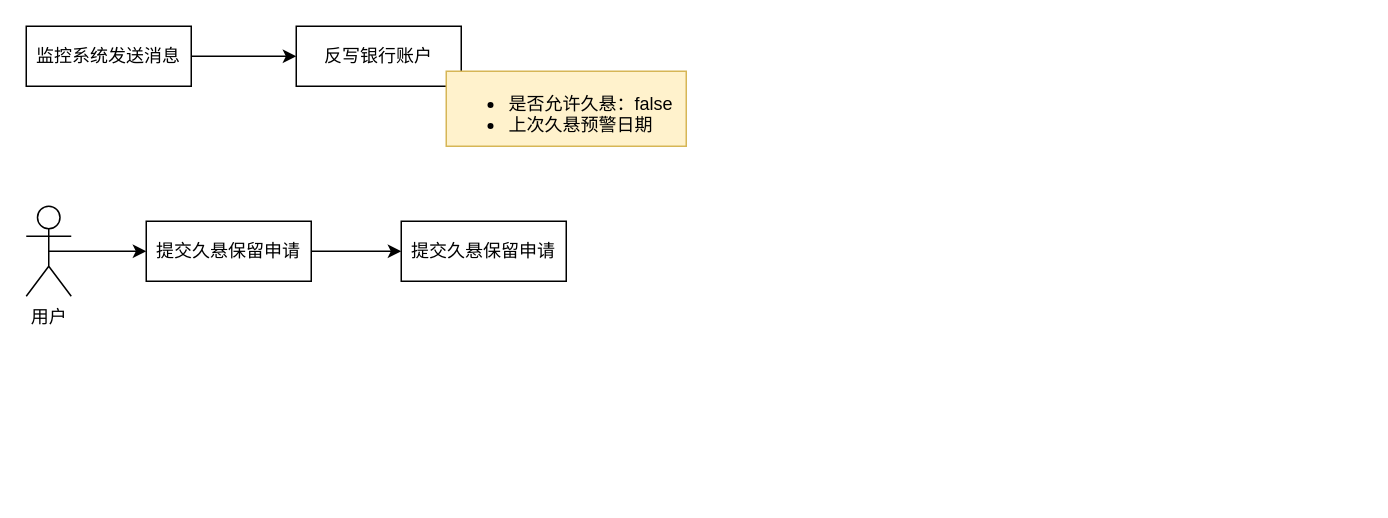
Before: dormant-global.drawio in Alphathur/diagram, a draw.io diagram. Source tidied: cells renumbered, new cells numbered last; positions are measured from the earlier drawing's top-left corner, leaving out a move shared by most shapes. Both pictures are drawn from the tidied source at 150%, with x=0, y=0 at pixel (26, 26).
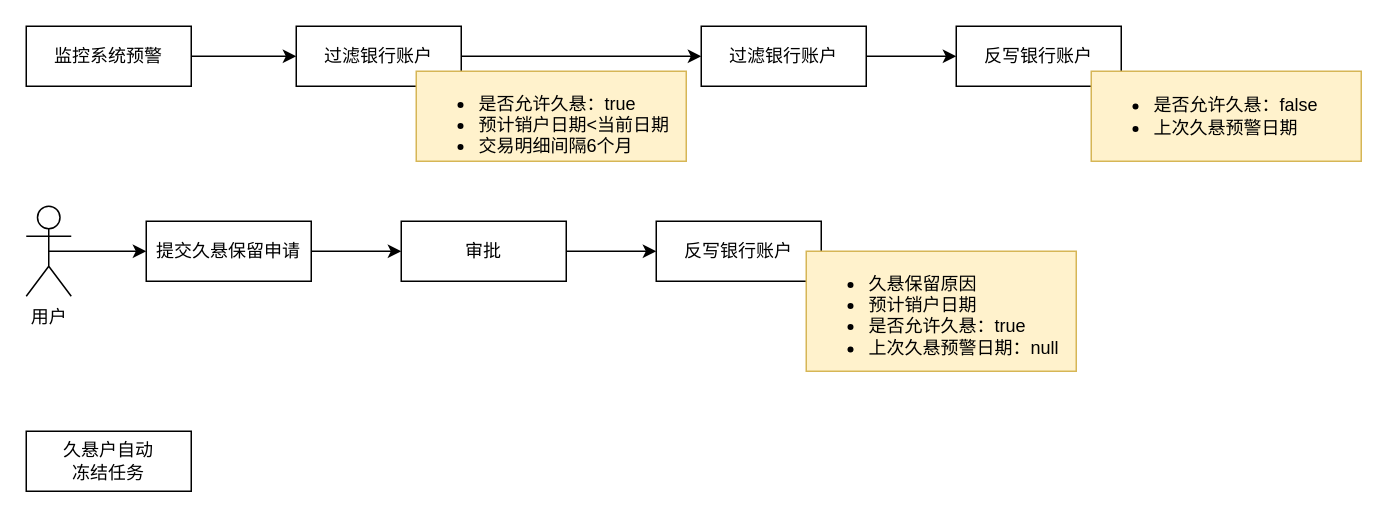
After the change.

The edit, as a diff of the source:
```diff
@@
 <mxGraphModel>
   <root>
     <mxCell id="0" />
     <mxCell id="1" parent="0" />
-    <mxCell id="2" style="edgeStyle=orthogonalEdgeStyle;rounded=0;jettySize=auto;html=1;" parent="1" edge="1" source="3">
-      <mxGeometry relative="1" as="geometry">
-        <mxPoint x="180" y="20" as="targetPoint" />
-      </mxGeometry>
-    </mxCell>
+    <mxCell id="11" style="edgeStyle=orthogonalEdgeStyle;rounded=0;jettySize=auto;html=1;" parent="1" edge="1" source="3" target="16">
+      <mxGeometry relative="1" as="geometry" />
+    </mxCell>
-    <mxCell id="3" value="监控系统发送消息" style="rounded=0;whiteSpace=wrap;html=1;" parent="1" vertex="1">
+    <mxCell id="3" value="监控系统预警" style="rounded=0;whiteSpace=wrap;html=1;" parent="1" vertex="1">
       <mxGeometry width="110" height="40" as="geometry" />
     </mxCell>
     <mxCell id="4" value="反写银行账户" style="rounded=0;whiteSpace=wrap;html=1;" parent="1" vertex="1">
-      <mxGeometry x="180" width="110" height="40" as="geometry" />
+      <mxGeometry x="620" width="110" height="40" as="geometry" />
     </mxCell>
     <mxCell id="5" value="&lt;ul&gt;&lt;li&gt;&lt;span style=&quot;background-color: initial;&quot;&gt;是否允许久悬：false&lt;/span&gt;&lt;br&gt;&lt;/li&gt;&lt;li&gt;上次久悬预警日期&lt;/li&gt;&lt;/ul&gt;" style="text;html=1;whiteSpace=wrap;verticalAlign=middle;overflow=hidden;rounded=0;imageAspect=1;absoluteArcSize=0;noLabel=0;fillColor=#fff2cc;strokeColor=#d6b656;" parent="1" vertex="1">
-      <mxGeometry x="280" y="30" width="160" height="50" as="geometry" />
+      <mxGeometry x="710" y="30" width="180" height="60" as="geometry" />
     </mxCell>
     <mxCell id="6" style="edgeStyle=orthogonalEdgeStyle;rounded=0;jettySize=auto;html=1;exitX=0.5;exitY=0.5;exitDx=0;exitDy=0;exitPerimeter=0;" parent="1" edge="1" source="7" target="9">
       <mxGeometry relative="1" as="geometry" />
     </mxCell>
     <mxCell id="7" value="用户" style="shape=umlActor;verticalLabelPosition=bottom;verticalAlign=top;html=1;outlineConnect=0;rounded=0;fillColor=none;" parent="1" vertex="1">
       <mxGeometry y="120" width="30" height="60" as="geometry" />
     </mxCell>
     <mxCell id="8" style="edgeStyle=orthogonalEdgeStyle;rounded=0;jettySize=auto;html=1;" parent="1" edge="1" source="9" target="10">
       <mxGeometry relative="1" as="geometry" />
     </mxCell>
     <mxCell id="9" value="提交久悬保留申请" style="rounded=0;whiteSpace=wrap;html=1;" parent="1" vertex="1">
       <mxGeometry x="80" y="130" width="110" height="40" as="geometry" />
     </mxCell>
+    <mxCell id="12" style="edgeStyle=orthogonalEdgeStyle;rounded=0;jettySize=auto;html=1;entryX=0;entryY=0.5;entryDx=0;entryDy=0;" parent="1" edge="1" source="10" target="13">
+      <mxGeometry relative="1" as="geometry" />
+    </mxCell>
-    <mxCell id="10" value="提交久悬保留申请" style="rounded=0;whiteSpace=wrap;html=1;" parent="1" vertex="1">
+    <mxCell id="10" value="审批" style="rounded=0;whiteSpace=wrap;html=1;" parent="1" vertex="1">
       <mxGeometry x="250" y="130" width="110" height="40" as="geometry" />
     </mxCell>
+    <mxCell id="13" value="反写银行账户" style="rounded=0;whiteSpace=wrap;html=1;" parent="1" vertex="1">
+      <mxGeometry x="420" y="130" width="110" height="40" as="geometry" />
+    </mxCell>
+    <mxCell id="14" value="&lt;ul&gt;&lt;li&gt;久悬保留原因&lt;/li&gt;&lt;li&gt;预计销户日期&lt;/li&gt;&lt;li&gt;是否允许久悬：true&lt;/li&gt;&lt;li&gt;上次久悬预警日期：null&lt;/li&gt;&lt;/ul&gt;" style="text;html=1;whiteSpace=wrap;verticalAlign=middle;overflow=hidden;rounded=0;imageAspect=1;absoluteArcSize=0;noLabel=0;fillColor=#fff2cc;strokeColor=#d6b656;" parent="1" vertex="1">
+      <mxGeometry x="520" y="150" width="180" height="80" as="geometry" />
+    </mxCell>
+    <mxCell id="15" style="edgeStyle=orthogonalEdgeStyle;rounded=0;jettySize=auto;html=1;entryX=0;entryY=0.5;entryDx=0;entryDy=0;" parent="1" edge="1" source="16" target="19">
+      <mxGeometry relative="1" as="geometry" />
+    </mxCell>
+    <mxCell id="16" value="过滤银行账户" style="rounded=0;whiteSpace=wrap;html=1;" parent="1" vertex="1">
+      <mxGeometry x="180" width="110" height="40" as="geometry" />
+    </mxCell>
+    <mxCell id="17" value="&lt;ul&gt;&lt;li&gt;&lt;span style=&quot;background-color: initial;&quot;&gt;是否允许久悬：true&lt;/span&gt;&lt;br&gt;&lt;/li&gt;&lt;li&gt;预计销户日期&amp;lt;当前日期&lt;br&gt;&lt;/li&gt;&lt;li&gt;交易明细间隔6个月&lt;/li&gt;&lt;/ul&gt;" style="text;html=1;whiteSpace=wrap;verticalAlign=middle;overflow=hidden;rounded=0;imageAspect=1;absoluteArcSize=0;noLabel=0;fillColor=#fff2cc;strokeColor=#d6b656;" parent="1" vertex="1">
+      <mxGeometry x="260" y="30" width="180" height="60" as="geometry" />
+    </mxCell>
+    <mxCell id="18" style="edgeStyle=orthogonalEdgeStyle;rounded=0;jettySize=auto;html=1;entryX=0;entryY=0.5;entryDx=0;entryDy=0;" parent="1" edge="1" source="19" target="4">
+      <mxGeometry relative="1" as="geometry" />
+    </mxCell>
+    <mxCell id="19" value="过滤银行账户" style="rounded=0;whiteSpace=wrap;html=1;" parent="1" vertex="1">
+      <mxGeometry x="450" width="110" height="40" as="geometry" />
+    </mxCell>
+    <mxCell id="20" value="久悬户自动&lt;br&gt;冻结任务" style="rounded=0;whiteSpace=wrap;html=1;" parent="1" vertex="1">
+      <mxGeometry y="270" width="110" height="40" as="geometry" />
+    </mxCell>
   </root>
 </mxGraphModel>
```
